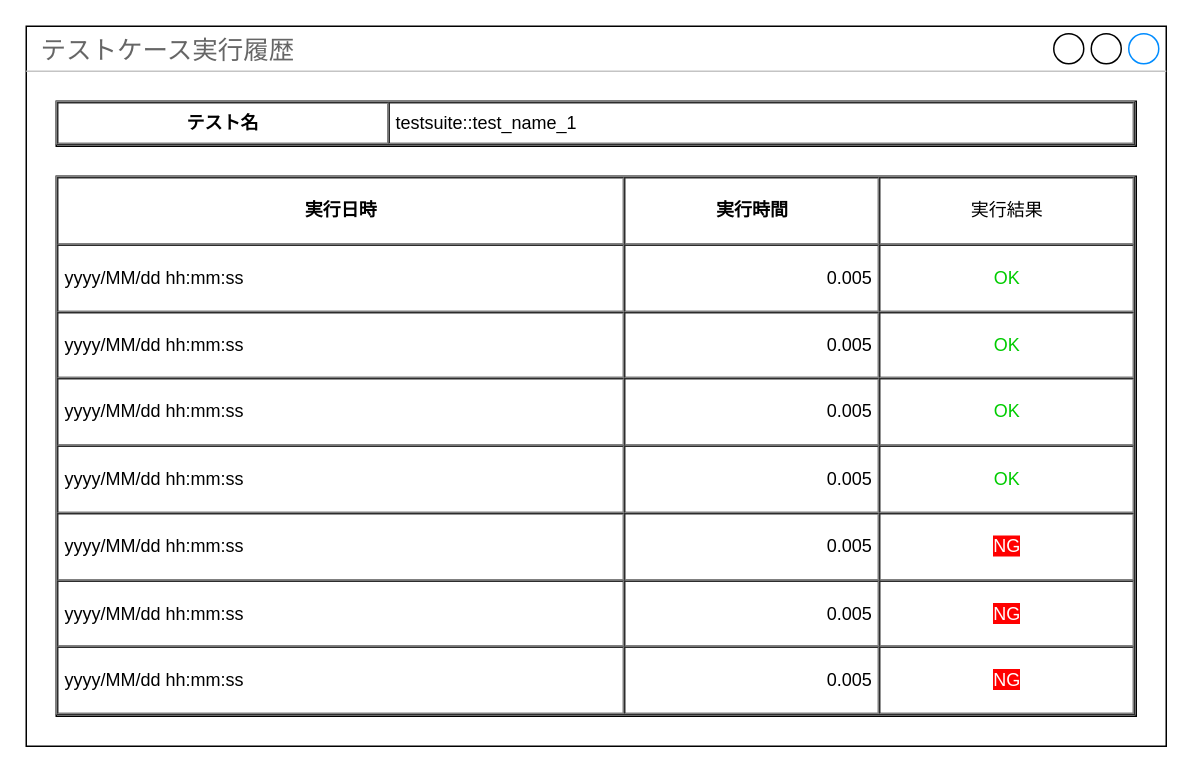
CountrySideEngineer/googletest_gui keeps this draw.io diagram as page "実行履歴画面" (2 of 4) of doc/gtest_gui_view_layout.drawio. Above is the earlier version. Source tidied: cells renumbered, new cells numbered last; positions are measured from the earlier drawing's top-left corner, leaving out a move shared by most shapes. Both pictures are drawn from the tidied source at 150%, with x=0, y=0 at pixel (26, 26).
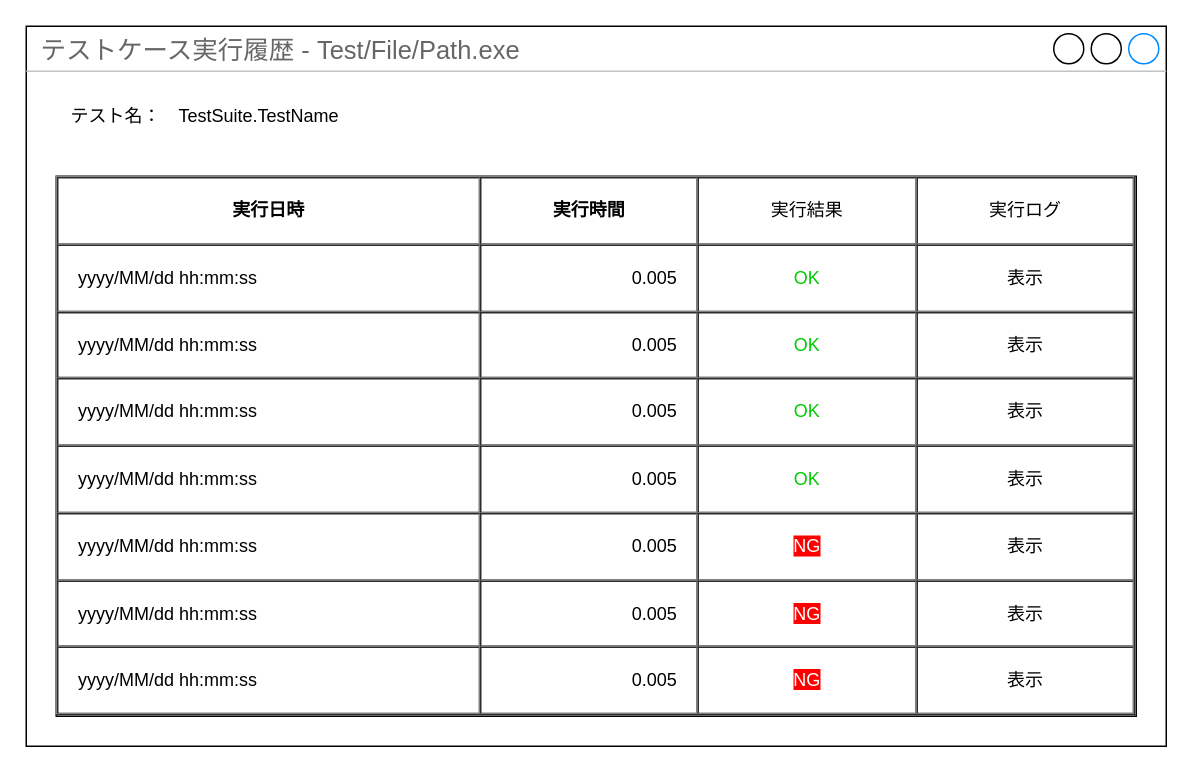
After the change.

What changed in the source:
```diff
@@
 <mxGraphModel>
   <root>
     <mxCell id="0" />
     <mxCell id="1" parent="0" />
-    <mxCell id="2" value="テストケース実行履歴" style="strokeWidth=1;shadow=0;dashed=0;align=center;html=1;shape=mxgraph.mockup.containers.window;align=left;verticalAlign=top;spacingLeft=8;strokeColor2=#008cff;strokeColor3=#c4c4c4;fontColor=#666666;mainText=;fontSize=17;labelBackgroundColor=none;" parent="1" vertex="1">
+    <mxCell id="2" value="テストケース実行履歴 - Test/File/Path.exe" style="strokeWidth=1;shadow=0;dashed=0;align=center;html=1;shape=mxgraph.mockup.containers.window;align=left;verticalAlign=top;spacingLeft=8;strokeColor2=#008cff;strokeColor3=#c4c4c4;fontColor=#666666;mainText=;fontSize=17;labelBackgroundColor=none;" parent="1" vertex="1">
       <mxGeometry width="760" height="480" as="geometry" />
     </mxCell>
-    <mxCell id="3" value="&lt;table cellpadding=&quot;4&quot; cellspacing=&quot;0&quot; border=&quot;1&quot; style=&quot;font-size: 1em ; width: 100% ; height: 100%&quot;&gt;&lt;tbody&gt;&lt;tr&gt;&lt;th style=&quot;text-align: center&quot;&gt;実行日時&lt;/th&gt;&lt;th style=&quot;text-align: center&quot;&gt;実行時間&lt;/th&gt;&lt;td style=&quot;text-align: center&quot;&gt;実行結果&lt;/td&gt;&lt;/tr&gt;&lt;tr&gt;&lt;td&gt;yyyy/MM/dd hh:mm:ss&lt;/td&gt;&lt;td style=&quot;text-align: right&quot;&gt;0.005&lt;/td&gt;&lt;td style=&quot;text-align: center&quot;&gt;&lt;font color=&quot;#00cc00&quot;&gt;OK&lt;/font&gt;&lt;/td&gt;&lt;/tr&gt;&lt;tr&gt;&lt;td style=&quot;line-height: 100%&quot;&gt;yyyy/MM/dd hh:mm:ss&lt;br&gt;&lt;/td&gt;&lt;td style=&quot;text-align: right&quot;&gt;0.005&lt;br&gt;&lt;/td&gt;&lt;td style=&quot;text-align: center&quot;&gt;&lt;font color=&quot;#00cc00&quot;&gt;OK&lt;/font&gt;&lt;br&gt;&lt;/td&gt;&lt;/tr&gt;&lt;tr&gt;&lt;td&gt;yyyy/MM/dd hh:mm:ss&lt;br&gt;&lt;/td&gt;&lt;td style=&quot;text-align: right&quot;&gt;0.005&lt;br&gt;&lt;/td&gt;&lt;td style=&quot;text-align: center&quot;&gt;&lt;font color=&quot;#00cc00&quot;&gt;OK&lt;/font&gt;&lt;br&gt;&lt;/td&gt;&lt;/tr&gt;&lt;tr&gt;&lt;td&gt;yyyy/MM/dd hh:mm:ss&lt;br&gt;&lt;/td&gt;&lt;td style=&quot;text-align: right&quot;&gt;0.005&lt;br&gt;&lt;/td&gt;&lt;td style=&quot;text-align: center&quot;&gt;&lt;font color=&quot;#00cc00&quot;&gt;OK&lt;/font&gt;&lt;br&gt;&lt;/td&gt;&lt;/tr&gt;&lt;tr&gt;&lt;td&gt;yyyy/MM/dd hh:mm:ss&lt;br&gt;&lt;/td&gt;&lt;td style=&quot;text-align: right&quot;&gt;0.005&lt;br&gt;&lt;/td&gt;&lt;td style=&quot;text-align: center&quot;&gt;&lt;span style=&quot;background-color: rgb(255 , 0 , 0)&quot;&gt;&lt;font color=&quot;#ffffff&quot;&gt;NG&lt;/font&gt;&lt;/span&gt;&lt;/td&gt;&lt;/tr&gt;&lt;tr&gt;&lt;td&gt;yyyy/MM/dd hh:mm:ss&lt;br&gt;&lt;/td&gt;&lt;td style=&quot;text-align: right&quot;&gt;0.005&lt;br&gt;&lt;/td&gt;&lt;td style=&quot;text-align: center&quot;&gt;&lt;span style=&quot;background-color: rgb(255 , 0 , 0)&quot;&gt;&lt;font color=&quot;#ffffff&quot;&gt;NG&lt;/font&gt;&lt;/span&gt;&lt;/td&gt;&lt;/tr&gt;&lt;tr&gt;&lt;td&gt;yyyy/MM/dd hh:mm:ss&lt;br&gt;&lt;/td&gt;&lt;td style=&quot;text-align: right&quot;&gt;0.005&lt;br&gt;&lt;/td&gt;&lt;td style=&quot;text-align: center&quot;&gt;&lt;font color=&quot;#ffffff&quot; style=&quot;background-color: rgb(255 , 0 , 0)&quot;&gt;NG&lt;/font&gt;&lt;/td&gt;&lt;/tr&gt;&lt;/tbody&gt;&lt;/table&gt; " style="verticalAlign=top;align=left;overflow=fill;fontSize=12;fontFamily=Helvetica;html=1;spacing=2;" parent="1" vertex="1">
+    <mxCell id="3" value="&lt;table cellpadding=&quot;13&quot; cellspacing=&quot;0&quot; border=&quot;1&quot; style=&quot;font-size: 1em ; width: 100% ; height: 100%&quot;&gt;&lt;tbody&gt;&lt;tr&gt;&lt;th style=&quot;text-align: center&quot;&gt;実行日時&lt;/th&gt;&lt;th style=&quot;text-align: center&quot;&gt;実行時間&lt;/th&gt;&lt;td style=&quot;text-align: center&quot;&gt;実行結果&lt;/td&gt;&lt;td style=&quot;text-align: center&quot;&gt;実行ログ&lt;/td&gt;&lt;/tr&gt;&lt;tr&gt;&lt;td&gt;yyyy/MM/dd hh:mm:ss&lt;/td&gt;&lt;td style=&quot;text-align: right&quot;&gt;0.005&lt;/td&gt;&lt;td style=&quot;text-align: center&quot;&gt;&lt;font color=&quot;#00cc00&quot;&gt;OK&lt;/font&gt;&lt;/td&gt;&lt;td style=&quot;text-align: center&quot;&gt;表示&lt;/td&gt;&lt;/tr&gt;&lt;tr&gt;&lt;td style=&quot;line-height: 100%&quot;&gt;yyyy/MM/dd hh:mm:ss&lt;br&gt;&lt;/td&gt;&lt;td style=&quot;text-align: right&quot;&gt;0.005&lt;br&gt;&lt;/td&gt;&lt;td style=&quot;text-align: center&quot;&gt;&lt;font color=&quot;#00cc00&quot;&gt;OK&lt;/font&gt;&lt;br&gt;&lt;/td&gt;&lt;td style=&quot;text-align: center&quot;&gt;表示&lt;br&gt;&lt;/td&gt;&lt;/tr&gt;&lt;tr&gt;&lt;td&gt;yyyy/MM/dd hh:mm:ss&lt;br&gt;&lt;/td&gt;&lt;td style=&quot;text-align: right&quot;&gt;0.005&lt;br&gt;&lt;/td&gt;&lt;td style=&quot;text-align: center&quot;&gt;&lt;font color=&quot;#00cc00&quot;&gt;OK&lt;/font&gt;&lt;br&gt;&lt;/td&gt;&lt;td style=&quot;text-align: center&quot;&gt;表示&lt;br&gt;&lt;/td&gt;&lt;/tr&gt;&lt;tr&gt;&lt;td&gt;yyyy/MM/dd hh:mm:ss&lt;br&gt;&lt;/td&gt;&lt;td style=&quot;text-align: right&quot;&gt;0.005&lt;br&gt;&lt;/td&gt;&lt;td style=&quot;text-align: center&quot;&gt;&lt;font color=&quot;#00cc00&quot;&gt;OK&lt;/font&gt;&lt;br&gt;&lt;/td&gt;&lt;td style=&quot;text-align: center&quot;&gt;表示&lt;br&gt;&lt;/td&gt;&lt;/tr&gt;&lt;tr&gt;&lt;td&gt;yyyy/MM/dd hh:mm:ss&lt;br&gt;&lt;/td&gt;&lt;td style=&quot;text-align: right&quot;&gt;0.005&lt;br&gt;&lt;/td&gt;&lt;td style=&quot;text-align: center&quot;&gt;&lt;span style=&quot;background-color: rgb(255 , 0 , 0)&quot;&gt;&lt;font color=&quot;#ffffff&quot;&gt;NG&lt;/font&gt;&lt;/span&gt;&lt;/td&gt;&lt;td style=&quot;text-align: center&quot;&gt;表示&lt;br&gt;&lt;/td&gt;&lt;/tr&gt;&lt;tr&gt;&lt;td&gt;yyyy/MM/dd hh:mm:ss&lt;br&gt;&lt;/td&gt;&lt;td style=&quot;text-align: right&quot;&gt;0.005&lt;br&gt;&lt;/td&gt;&lt;td style=&quot;text-align: center&quot;&gt;&lt;span style=&quot;background-color: rgb(255 , 0 , 0)&quot;&gt;&lt;font color=&quot;#ffffff&quot;&gt;NG&lt;/font&gt;&lt;/span&gt;&lt;/td&gt;&lt;td style=&quot;text-align: center&quot;&gt;表示&lt;br&gt;&lt;/td&gt;&lt;/tr&gt;&lt;tr&gt;&lt;td&gt;yyyy/MM/dd hh:mm:ss&lt;br&gt;&lt;/td&gt;&lt;td style=&quot;text-align: right&quot;&gt;0.005&lt;br&gt;&lt;/td&gt;&lt;td style=&quot;text-align: center&quot;&gt;&lt;font color=&quot;#ffffff&quot; style=&quot;background-color: rgb(255 , 0 , 0)&quot;&gt;NG&lt;/font&gt;&lt;/td&gt;&lt;td style=&quot;text-align: center&quot;&gt;表示&lt;br&gt;&lt;/td&gt;&lt;/tr&gt;&lt;/tbody&gt;&lt;/table&gt; " style="verticalAlign=top;align=left;overflow=fill;fontSize=12;fontFamily=Helvetica;html=1;spacing=2;" parent="1" vertex="1">
       <mxGeometry x="20" y="100" width="720" height="360" as="geometry" />
     </mxCell>
-    <mxCell id="4" value="&lt;table cellpadding=&quot;4&quot; cellspacing=&quot;0&quot; border=&quot;1&quot; style=&quot;font-size: 1em ; width: 100% ; height: 100%&quot;&gt;&lt;tbody&gt;&lt;tr&gt;&lt;th style=&quot;text-align: center&quot;&gt;テスト名&lt;/th&gt;&lt;td&gt;testsuite::test_name_1&lt;/td&gt;&lt;/tr&gt;&lt;/tbody&gt;&lt;/table&gt;" style="verticalAlign=top;align=left;overflow=fill;fontSize=12;fontFamily=Helvetica;html=1;" parent="1" vertex="1">
-      <mxGeometry x="20" y="50" width="720" height="30" as="geometry" />
-    </mxCell>
+    <mxCell id="5" value="テスト名：" style="text;html=1;strokeColor=none;fillColor=none;align=center;verticalAlign=middle;whiteSpace=wrap;rounded=0;" parent="1" vertex="1">
+      <mxGeometry x="20" y="40" width="80" height="40" as="geometry" />
+    </mxCell>
+    <mxCell id="6" value="TestSuite.TestName" style="text;html=1;strokeColor=none;fillColor=none;align=left;verticalAlign=middle;whiteSpace=wrap;rounded=0;" parent="1" vertex="1">
+      <mxGeometry x="100" y="40" width="200" height="40" as="geometry" />
+    </mxCell>
   </root>
 </mxGraphModel>
```
